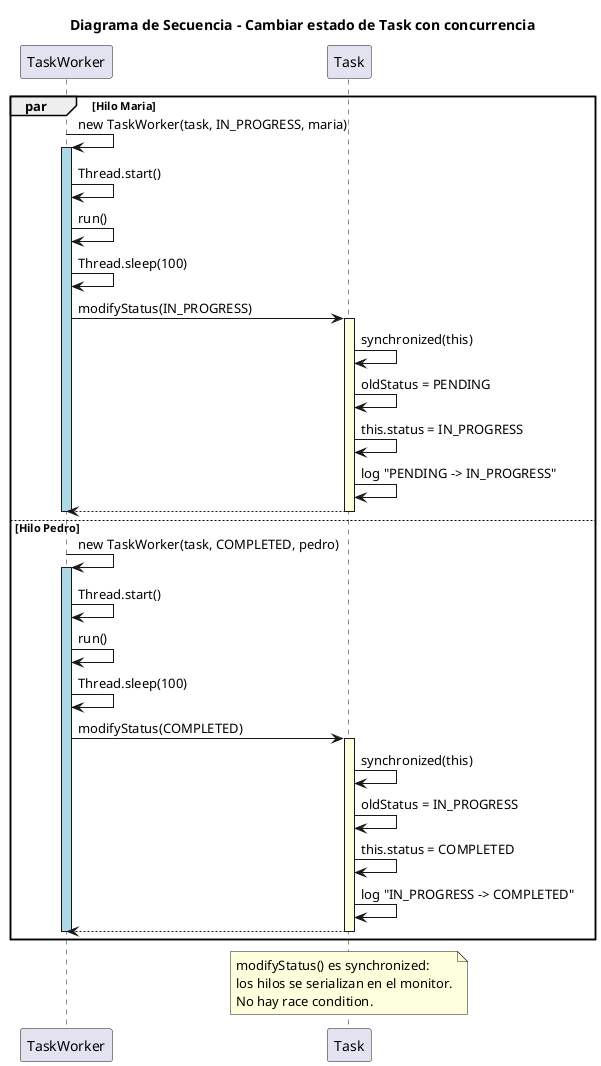
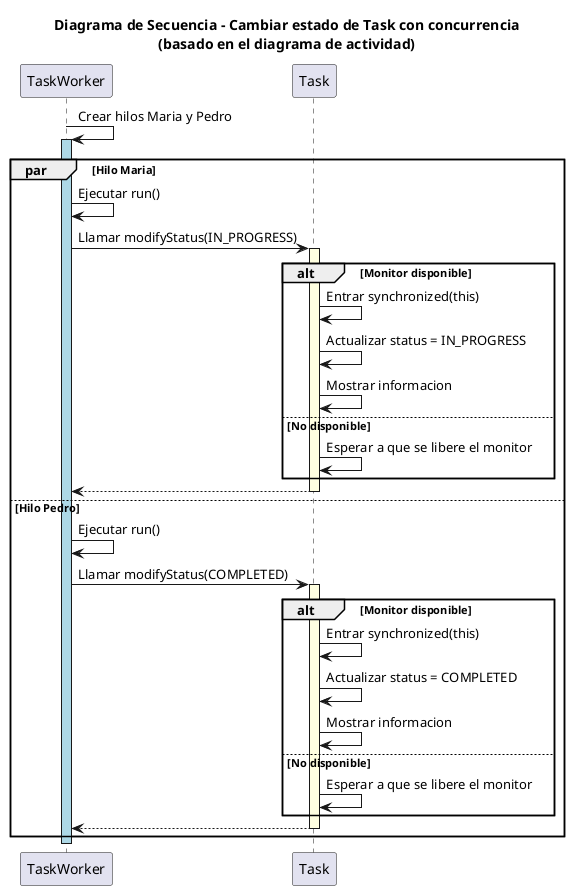
@startuml SecuenciaCambiarEstado
- title Diagrama de Secuencia - Cambiar estado de Task con concurrencia
+ title Diagrama de Secuencia - Cambiar estado de Task con concurrencia\n(basado en el diagrama de actividad)

participant TaskWorker
participant Task

+ TaskWorker -> TaskWorker : Crear hilos Maria y Pedro
+ activate TaskWorker #LightBlue
+ 
par Hilo Maria
-   TaskWorker -> TaskWorker : new TaskWorker(task, IN_PROGRESS, maria)
-   activate TaskWorker #LightBlue
-   TaskWorker -> TaskWorker : Thread.start()
-   TaskWorker -> TaskWorker : run()
-   TaskWorker -> TaskWorker : Thread.sleep(100)
-   TaskWorker -> Task : modifyStatus(IN_PROGRESS)
+   TaskWorker -> TaskWorker : Ejecutar run()
+   TaskWorker -> Task : Llamar modifyStatus(IN_PROGRESS)
  activate Task #LightYellow
-   Task -> Task : synchronized(this)
-   Task -> Task : oldStatus = PENDING
-   Task -> Task : this.status = IN_PROGRESS
-   Task -> Task : log "PENDING -> IN_PROGRESS"
+   alt Monitor disponible
+     Task -> Task : Entrar synchronized(this)
+     Task -> Task : Actualizar status = IN_PROGRESS
+     Task -> Task : Mostrar informacion
+   else No disponible
+     Task -> Task : Esperar a que se libere el monitor
+   end
  Task --> TaskWorker
  deactivate Task
-   deactivate TaskWorker
else Hilo Pedro
-   TaskWorker -> TaskWorker : new TaskWorker(task, COMPLETED, pedro)
-   activate TaskWorker #LightBlue
-   TaskWorker -> TaskWorker : Thread.start()
-   TaskWorker -> TaskWorker : run()
-   TaskWorker -> TaskWorker : Thread.sleep(100)
-   TaskWorker -> Task : modifyStatus(COMPLETED)
+   TaskWorker -> TaskWorker : Ejecutar run()
+   TaskWorker -> Task : Llamar modifyStatus(COMPLETED)
  activate Task #LightYellow
-   Task -> Task : synchronized(this)
-   Task -> Task : oldStatus = IN_PROGRESS
-   Task -> Task : this.status = COMPLETED
-   Task -> Task : log "IN_PROGRESS -> COMPLETED"
+   alt Monitor disponible
+     Task -> Task : Entrar synchronized(this)
+     Task -> Task : Actualizar status = COMPLETED
+     Task -> Task : Mostrar informacion
+   else No disponible
+     Task -> Task : Esperar a que se libere el monitor
+   end
  Task --> TaskWorker
  deactivate Task
-   deactivate TaskWorker
end
- 
- note over Task
-   modifyStatus() es synchronized:
-   los hilos se serializan en el monitor.
-   No hay race condition.
- end note
+ deactivate TaskWorker

@enduml
